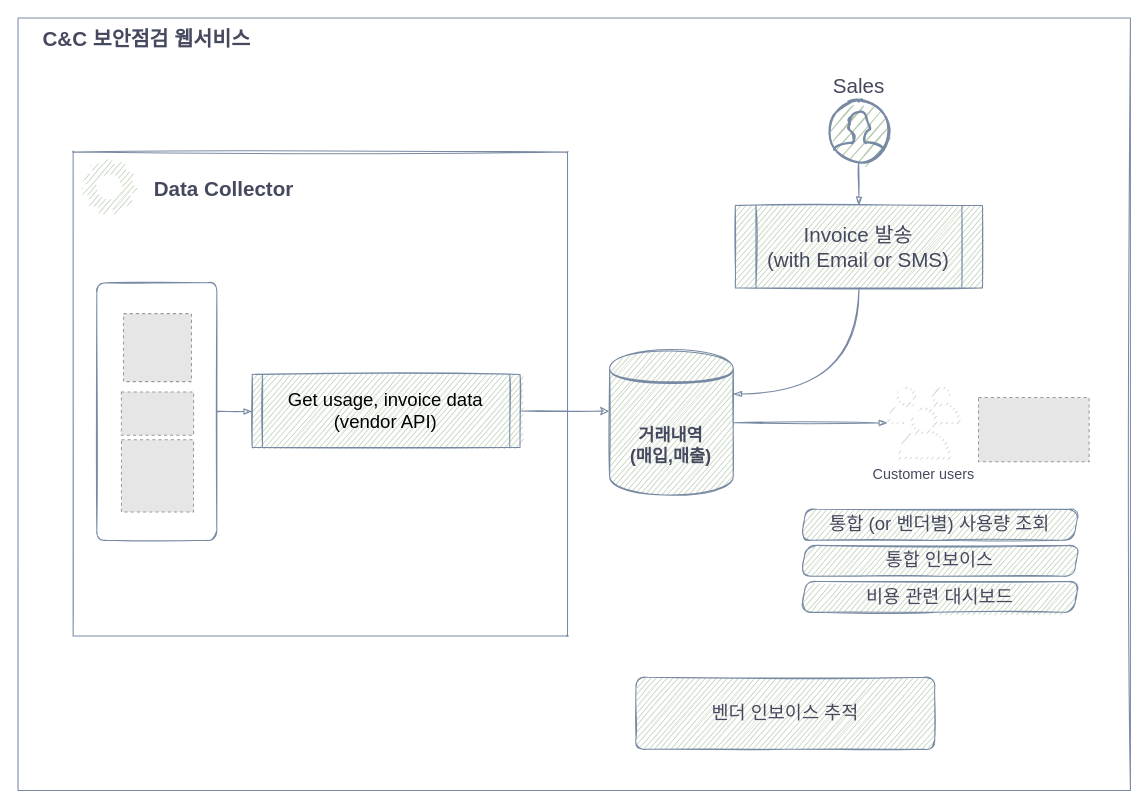
Before: page "C&C 보안점검 웹앱" (4 of 4) of Project List.drawio in rokag3-gb/draw.io, a draw.io diagram. Source tidied: cells renumbered, new cells numbered last; positions are measured from the earlier drawing's top-left corner, leaving out a move shared by most shapes. Both pictures are drawn from the tidied source at 103%, with x=0, y=0 at pixel (18, 18). Pictures stored in the file or linked from it are replaced by grey dashed boxes.
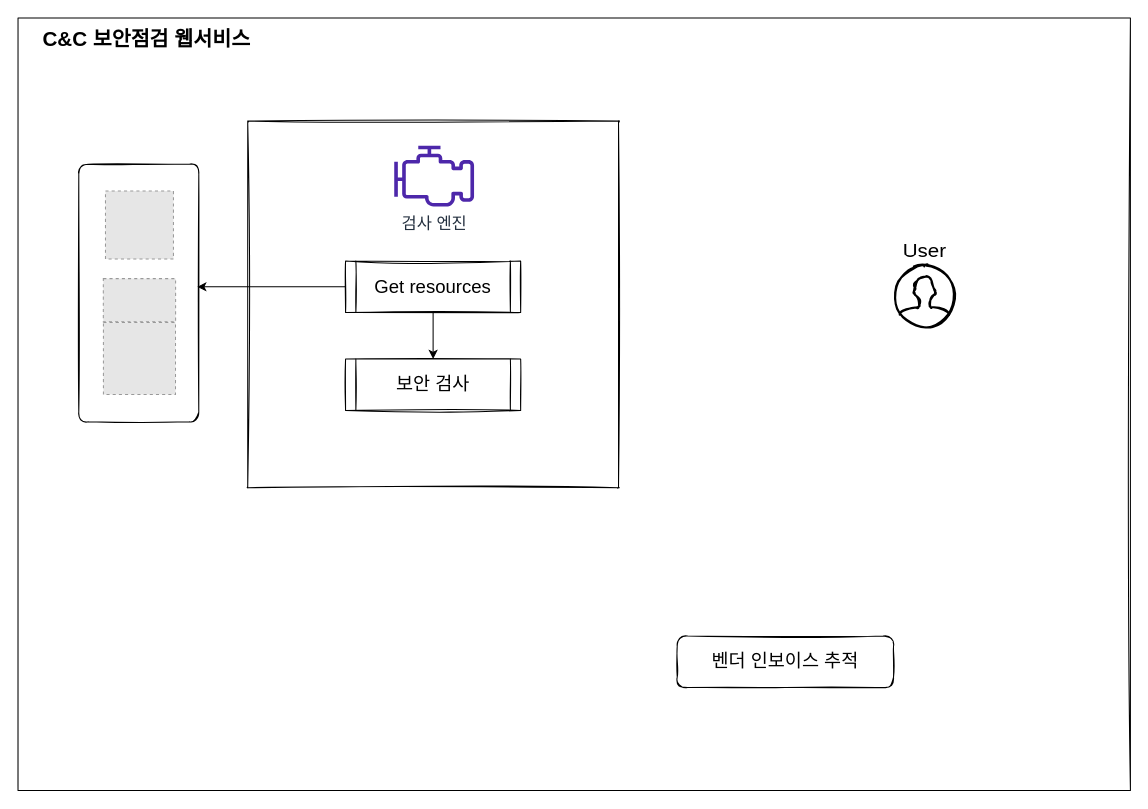
Above is the later version.

Diff of the diagram source:
```diff
@@
-    <mxCell id="2" style="rounded=0;whiteSpace=wrap;html=1;fontSize=18;fillColor=none;strokeColor=#788AA3;fontColor=#46495D;sketch=1;" parent="1" vertex="1">
+    <mxCell id="2" style="rounded=0;whiteSpace=wrap;html=1;fontSize=18;fillColor=none;sketch=1;" parent="1" vertex="1">
       <mxGeometry width="1080" height="750" as="geometry" />
     </mxCell>
+    <mxCell id="27" style="rounded=1;whiteSpace=wrap;html=1;fontSize=20;arcSize=0;fillColor=none;sketch=1;" parent="1" vertex="1">
+      <mxGeometry x="223" y="100" width="360" height="356" as="geometry" />
+    </mxCell>
-    <mxCell id="3" value="C&amp;amp;C 보안점검 웹서비스" style="rounded=1;whiteSpace=wrap;fontSize=20;fontStyle=1;fillColor=none;strokeColor=none;arcSize=0;backgroundOutline=0;align=center;spacing=12;html=1;fontColor=#46495D;sketch=1;" parent="1" vertex="1">
+    <mxCell id="3" value="C&amp;amp;C 보안점검 웹서비스" style="rounded=1;whiteSpace=wrap;fontSize=20;fontStyle=1;fillColor=none;strokeColor=none;arcSize=0;backgroundOutline=0;align=center;spacing=12;html=1;sketch=1;" parent="1" vertex="1">
       <mxGeometry width="250" height="40" as="geometry" />
     </mxCell>
-    <mxCell id="4" style="rounded=1;whiteSpace=wrap;html=1;fontSize=20;arcSize=0;fillColor=none;strokeColor=#788AA3;fontColor=#46495D;sketch=1;" parent="1" vertex="1">
-      <mxGeometry x="53.5" y="130" width="480" height="470" as="geometry" />
-    </mxCell>
-    <mxCell id="5" style="rounded=1;whiteSpace=wrap;html=1;fontSize=20;arcSize=8;fillColor=none;strokeColor=#788AA3;fontColor=#46495D;sketch=1;" parent="1" vertex="1">
-      <mxGeometry x="76.5" y="257" width="116.5" height="250" as="geometry" />
+    <mxCell id="5" style="rounded=1;whiteSpace=wrap;html=1;fontSize=20;arcSize=8;fillColor=none;sketch=1;" parent="1" vertex="1">
+      <mxGeometry x="59" y="142" width="116.5" height="250" as="geometry" />
     </mxCell>
-    <mxCell id="6" style="edgeStyle=orthogonalEdgeStyle;rounded=0;jettySize=auto;html=1;exitX=1;exitY=0.5;exitDx=0;exitDy=0;entryX=-0.005;entryY=0.419;entryDx=0;entryDy=0;fontSize=20;endArrow=classic;endFill=1;entryPerimeter=0;strokeColor=#788AA3;fontColor=#46495D;sketch=1;curved=1;" parent="1" edge="1" source="7" target="13">
-      <mxGeometry relative="1" as="geometry" />
-    </mxCell>
-    <mxCell id="7" value="&lt;span style=&quot;font-size: 18px;&quot;&gt;Get usage, invoice data&lt;/span&gt;&lt;br style=&quot;font-size: 18px;&quot;&gt;&lt;span style=&quot;font-size: 18px;&quot;&gt;(vendor API)&lt;/span&gt;" style="shape=process;whiteSpace=wrap;html=1;backgroundOutline=1;fontSize=18;size=0.038461538461538464;fillColor=#B2C9AB;strokeColor=#788AA3;fontColor=default;sketch=1;labelBackgroundColor=none;" parent="1" vertex="1">
-      <mxGeometry x="227.4" y="346" width="260" height="71" as="geometry" />
-    </mxCell>
-    <mxCell id="8" style="group;fontColor=#46495D;sketch=1;" parent="1" vertex="1">
-      <mxGeometry x="100.3" y="287" width="70.2" height="192.5" as="geometry" />
-    </mxCell>
+    <mxCell id="28" style="edgeStyle=orthogonalEdgeStyle;curved=0;rounded=1;sketch=0;jettySize=auto;html=1;exitX=0;exitY=0.5;exitDx=0;exitDy=0;entryX=0.987;entryY=0.476;entryDx=0;entryDy=0;entryPerimeter=0;fontSize=16;" parent="1" edge="1" source="31" target="5">
+      <mxGeometry relative="1" as="geometry" />
+    </mxCell>
+    <mxCell id="18" value="User" style="html=1;verticalLabelPosition=top;align=center;verticalAlign=bottom;strokeWidth=2;shadow=0;dashed=0;shape=mxgraph.ios7.icons.user;fontSize=20;spacing=2;labelPosition=center;sketch=1;" parent="1" vertex="1">
+      <mxGeometry x="850" y="240" width="60" height="60" as="geometry" />
+    </mxCell>
+    <mxCell id="26" value="벤더 인보이스 추적" style="shape=parallelogram;perimeter=parallelogramPerimeter;whiteSpace=wrap;html=1;fixedSize=1;fontSize=18;verticalAlign=middle;sketch=1;dashed=0;fontStyle=0;rounded=1;size=-20;spacing=10;" parent="1" vertex="1">
+      <mxGeometry x="640" y="600" width="210" height="50" as="geometry" />
+    </mxCell>
+    <mxCell id="29" value="검사 엔진" style="sketch=0;fontColor=#232F3E;gradientColor=none;fillColor=#4D27AA;strokeColor=none;dashed=0;verticalLabelPosition=bottom;verticalAlign=top;align=center;html=1;fontSize=16;fontStyle=0;shape=mxgraph.aws4.emr_engine;rounded=0;labelBackgroundColor=none;labelBorderColor=none;" parent="1" vertex="1">
+      <mxGeometry x="365" y="124" width="78" height="59" as="geometry" />
+    </mxCell>
-    <mxCell id="9" style="fillColor=#E6E6E6;strokeColor=#999999;dashed=1;verticalLabelPosition=bottom;verticalAlign=top;fontColor=#46495D;" parent="8" vertex="1">
-      <mxGeometry x="2.1" width="66" height="66" as="geometry" />
+    <mxCell id="9" style="fillColor=#E6E6E6;strokeColor=#999999;dashed=1;verticalLabelPosition=bottom;verticalAlign=top;" parent="1" vertex="1">
+      <mxGeometry x="84.9" y="168" width="66" height="66" as="geometry" />
     </mxCell>
-    <mxCell id="10" style="fillColor=#E6E6E6;strokeColor=#999999;dashed=1;verticalLabelPosition=bottom;verticalAlign=top;fontColor=#46495D;" parent="8" vertex="1">
-      <mxGeometry y="76" width="70.2" height="42" as="geometry" />
+    <mxCell id="10" style="fillColor=#E6E6E6;strokeColor=#999999;dashed=1;verticalLabelPosition=bottom;verticalAlign=top;" parent="1" vertex="1">
+      <mxGeometry x="82.8" y="253" width="70.2" height="42" as="geometry" />
     </mxCell>
-    <mxCell id="11" style="fillColor=#E6E6E6;strokeColor=#999999;dashed=1;verticalLabelPosition=bottom;verticalAlign=top;fontColor=#46495D;" parent="8" vertex="1">
-      <mxGeometry x="0.1" y="122.5" width="70" height="70" as="geometry" />
+    <mxCell id="11" style="fillColor=#E6E6E6;strokeColor=#999999;dashed=1;verticalLabelPosition=bottom;verticalAlign=top;" parent="1" vertex="1">
+      <mxGeometry x="82.9" y="295.5" width="70" height="70" as="geometry" />
     </mxCell>
-    <mxCell id="12" style="edgeStyle=orthogonalEdgeStyle;rounded=0;jettySize=auto;html=1;exitX=1;exitY=0.5;exitDx=0;exitDy=0;fontSize=18;endArrow=blockThin;endFill=1;strokeColor=#788AA3;fontColor=#46495D;sketch=1;curved=1;" parent="1" edge="1" source="13" target="22">
-      <mxGeometry relative="1" as="geometry" />
-    </mxCell>
-    <mxCell id="13" value="거래내역&lt;br&gt;(매입,매출)" style="shape=datastore;whiteSpace=wrap;html=1;fontSize=17;fontStyle=1;fillColor=#B2C9AB;strokeColor=#788AA3;fontColor=#46495D;sketch=1;" parent="1" vertex="1">
-      <mxGeometry x="574.4" y="323" width="120" height="140" as="geometry" />
-    </mxCell>
-    <mxCell id="14" style="edgeStyle=orthogonalEdgeStyle;rounded=0;jettySize=auto;html=1;entryX=0;entryY=0.5;entryDx=0;entryDy=0;fontSize=20;endArrow=blockThin;endFill=1;exitX=1;exitY=0.5;exitDx=0;exitDy=0;strokeColor=#788AA3;fontColor=#46495D;sketch=1;curved=1;" parent="1" edge="1" source="5" target="7">
-      <mxGeometry relative="1" as="geometry" />
-    </mxCell>
-    <mxCell id="15" style="sketch=1;html=1;strokeColor=none;shadow=0;align=center;verticalAlign=top;fillColor=#B2C9AB;shape=mxgraph.gcp2.gear;rounded=1;fontSize=20;fontColor=#46495D;" parent="1" vertex="1">
-      <mxGeometry x="61.7" y="137" width="53" height="53" as="geometry" />
-    </mxCell>
-    <mxCell id="16" value="Data Collector" style="rounded=0;whiteSpace=wrap;html=1;fontSize=20;fillColor=none;strokeColor=none;fontStyle=1;fontColor=#46495D;sketch=1;" parent="1" vertex="1">
-      <mxGeometry x="120.4" y="150" width="160" height="30" as="geometry" />
-    </mxCell>
-    <mxCell id="17" style="edgeStyle=orthogonalEdgeStyle;rounded=0;jettySize=auto;html=1;fontSize=20;endArrow=blockThin;endFill=1;strokeColor=#788AA3;fontColor=#46495D;sketch=1;curved=1;" parent="1" edge="1" source="18" target="20">
-      <mxGeometry relative="1" as="geometry" />
-    </mxCell>
-    <mxCell id="18" value="Sales" style="html=1;verticalLabelPosition=top;align=center;verticalAlign=bottom;strokeWidth=2;strokeColor=#788AA3;shadow=0;dashed=0;shape=mxgraph.ios7.icons.user;fontSize=20;spacing=2;labelPosition=center;fillColor=#B2C9AB;fontColor=#46495D;sketch=1;" parent="1" vertex="1">
-      <mxGeometry x="786.4" y="80" width="60" height="60" as="geometry" />
-    </mxCell>
-    <mxCell id="19" style="edgeStyle=orthogonalEdgeStyle;rounded=0;jettySize=auto;html=1;exitX=0.5;exitY=1;exitDx=0;exitDy=0;fontSize=20;endArrow=blockThin;endFill=1;entryX=1;entryY=0.3;entryDx=0;entryDy=0;strokeColor=#788AA3;fontColor=#46495D;sketch=1;curved=1;" parent="1" edge="1" source="20" target="13">
-      <mxGeometry relative="1" as="geometry">
-        <Array as="points">
-          <mxPoint x="816.4" y="365" />
-        </Array>
-      </mxGeometry>
-    </mxCell>
-    <mxCell id="20" value="&lt;span style=&quot;&quot;&gt;Invoice 발송&lt;br&gt;(with Email or SMS)&lt;br&gt;&lt;/span&gt;" style="shape=process;whiteSpace=wrap;html=1;backgroundOutline=1;fontSize=20;size=0.08333333333333333;fillColor=#B2C9AB;strokeColor=#788AA3;fontColor=#46495D;sketch=1;labelBackgroundColor=none;" parent="1" vertex="1">
-      <mxGeometry x="696.4" y="182" width="240" height="80" as="geometry" />
-    </mxCell>
-    <mxCell id="21" style="fillColor=#E6E6E6;strokeColor=#999999;dashed=1;verticalLabelPosition=bottom;verticalAlign=top;fontColor=#46495D;" parent="1" vertex="1">
-      <mxGeometry x="932.5" y="368.5" width="107.4" height="62.4" as="geometry" />
-    </mxCell>
-    <mxCell id="22" value="Customer users" style="sketch=1;outlineConnect=0;fontColor=#46495D;strokeColor=none;fillColor=#B2C9AB;dashed=0;verticalLabelPosition=bottom;verticalAlign=top;align=center;html=1;fontSize=14;fontStyle=0;shape=mxgraph.aws4.illustration_users;rounded=1;" parent="1" vertex="1">
-      <mxGeometry x="844" y="357.8" width="70.5" height="70.5" as="geometry" />
-    </mxCell>
-    <mxCell id="23" value="통합 (or 벤더별) 사용량 조회" style="shape=parallelogram;perimeter=parallelogramPerimeter;whiteSpace=wrap;html=1;fixedSize=1;fontSize=18;verticalAlign=middle;sketch=1;dashed=0;fontStyle=0;rounded=1;size=5.199999999999818;spacing=10;fillColor=#B2C9AB;strokeColor=#788AA3;fontColor=#46495D;" parent="1" vertex="1">
-      <mxGeometry x="760" y="477" width="270" height="30" as="geometry" />
-    </mxCell>
-    <mxCell id="24" value="통합 인보이스" style="shape=parallelogram;perimeter=parallelogramPerimeter;whiteSpace=wrap;html=1;fixedSize=1;fontSize=18;verticalAlign=middle;sketch=1;dashed=0;fontStyle=0;rounded=1;size=5.199999999999818;spacing=10;fillColor=#B2C9AB;strokeColor=#788AA3;fontColor=#46495D;" parent="1" vertex="1">
-      <mxGeometry x="760" y="512" width="270" height="30" as="geometry" />
-    </mxCell>
-    <mxCell id="25" value="비용 관련 대시보드" style="shape=parallelogram;perimeter=parallelogramPerimeter;whiteSpace=wrap;html=1;fixedSize=1;fontSize=18;verticalAlign=middle;sketch=1;dashed=0;fontStyle=0;rounded=1;size=5.199999999999818;spacing=10;fillColor=#B2C9AB;strokeColor=#788AA3;fontColor=#46495D;" parent="1" vertex="1">
-      <mxGeometry x="760" y="547" width="270" height="30" as="geometry" />
-    </mxCell>
-    <mxCell id="26" value="벤더 인보이스 추적" style="shape=parallelogram;perimeter=parallelogramPerimeter;whiteSpace=wrap;html=1;fixedSize=1;fontSize=18;verticalAlign=middle;sketch=1;dashed=0;fontStyle=0;rounded=1;size=-20;spacing=10;fillColor=#B2C9AB;strokeColor=#788AA3;fontColor=#46495D;" parent="1" vertex="1">
-      <mxGeometry x="600" y="640" width="290" height="70" as="geometry" />
-    </mxCell>
+    <mxCell id="30" style="edgeStyle=orthogonalEdgeStyle;curved=0;rounded=1;sketch=0;jettySize=auto;html=1;exitX=0.5;exitY=1;exitDx=0;exitDy=0;fontSize=16;" parent="1" edge="1" source="31" target="32">
+      <mxGeometry relative="1" as="geometry" />
+    </mxCell>
+    <mxCell id="31" value="&lt;span style=&quot;font-size: 18px&quot;&gt;Get resources&lt;/span&gt;" style="shape=process;whiteSpace=wrap;html=1;backgroundOutline=1;fontSize=18;size=0.058823529411764705;sketch=1;labelBackgroundColor=none;spacing=4;" parent="1" vertex="1">
+      <mxGeometry x="318" y="236" width="170" height="50" as="geometry" />
+    </mxCell>
+    <mxCell id="32" value="보안 검사" style="shape=process;whiteSpace=wrap;html=1;backgroundOutline=1;fontSize=18;size=0.058823529411764705;sketch=1;labelBackgroundColor=none;spacing=4;" parent="1" vertex="1">
+      <mxGeometry x="318" y="331" width="170" height="50" as="geometry" />
+    </mxCell>
```
